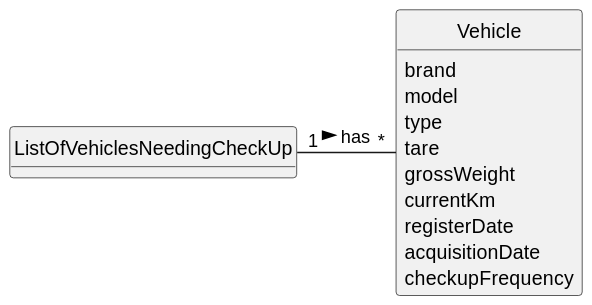
This is docs/sprintA/us008/02.analysis/svg/us008-domain-model.svg from Departamento-de-Engenharia-Informatica/lei-24-s2-1do-g164, a PlantUML export, as it was before one commit.
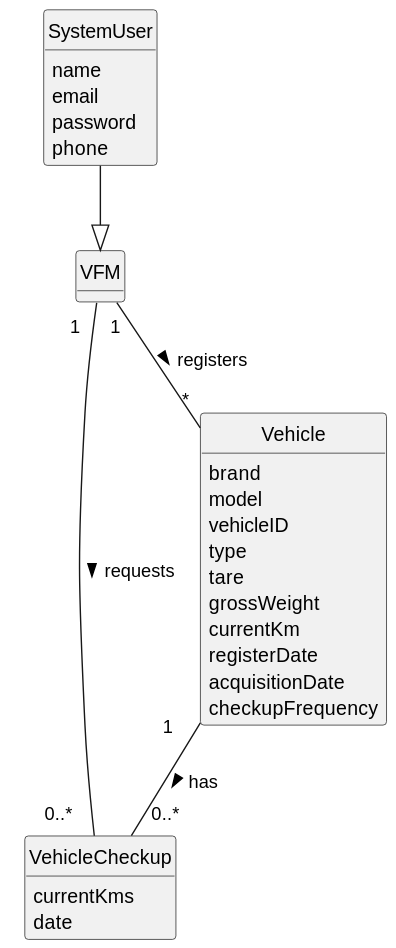
Later version of the same file.

Commit message:
project domain model corrections and us008/us007 corrections

Change to the diagram source:
```diff
@@ -2,27 +2,50 @@
 skinparam monochrome true
 skinparam packageStyle rectangle
 skinparam shadowing false
+
+
 
 skinparam classAttributeIconSize 0
 
 hide circle
 hide methods
 
-class ListOfVehiclesNeedingCheckUp {
+
+class SystemUser {
+    name
+    email
+    password
+    phone
+
+}
+class VFM {
+
+}
+
+class VehicleCheckup {
+
+    currentKms
+    date
+
 }
 
 class Vehicle {
-    brand
-    model
-    type
-    tare
-    grossWeight
-    currentKm
-    registerDate
-    acquisitionDate
-    checkupFrequency
+
+        brand
+        model
+        vehicleID
+        type
+        tare
+        grossWeight
+        currentKm
+        registerDate
+        acquisitionDate
+        checkupFrequency
 }
 
 
-ListOfVehiclesNeedingCheckUp "1" - "*" Vehicle : has >
+VFM "1" -- "*" Vehicle : registers >
+Vehicle "1   " -- "0..*                        " VehicleCheckup : has >
+VFM "           1 " -- "0..*   " VehicleCheckup : requests >
+SystemUser --|> VFM
 @enduml
```
